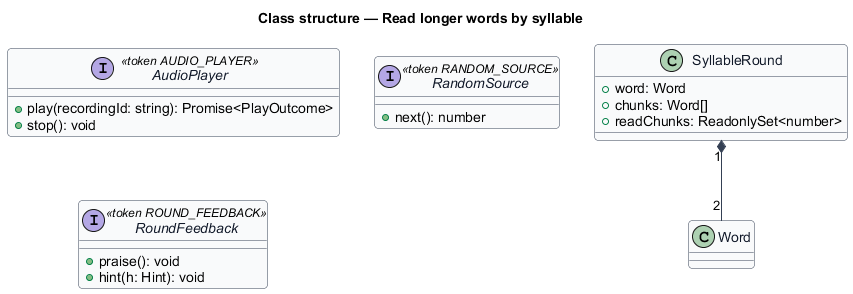
Before: docs/detailed-designs/sound-out/read-by-syllable/diagrams/class.png, a diagram exported from PlantUML (QuinntyneBrown/pibbo).
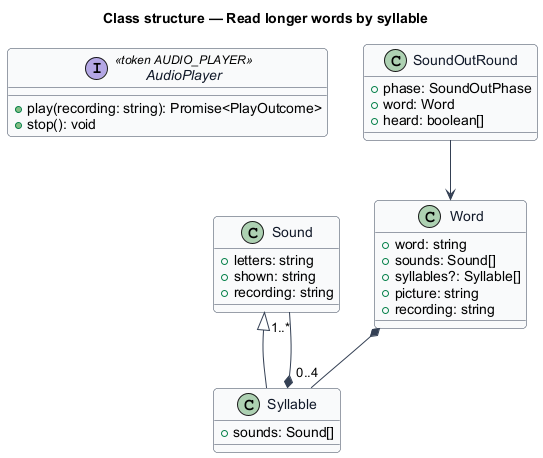
After the change.

Diff of the diagram source:
```diff
@@ -12,21 +12,32 @@
 title Class structure — Read longer words by syllable
 
 interface AudioPlayer <<token AUDIO_PLAYER>> {
-  +play(recordingId: string): Promise<PlayOutcome>
+  +play(recording: string): Promise<PlayOutcome>
   +stop(): void
 }
-interface RandomSource <<token RANDOM_SOURCE>> {
-  +next(): number
+
+class Sound {
+  +letters: string
+  +shown: string
+  +recording: string
 }
-interface RoundFeedback <<token ROUND_FEEDBACK>> {
-  +praise(): void
-  +hint(h: Hint): void
+class Syllable {
+  +sounds: Sound[]
 }
-
-class SyllableRound {
+class Word {
+  +word: string
+  +sounds: Sound[]
+  +syllables?: Syllable[]
+  +picture: string
+  +recording: string
+}
+class SoundOutRound {
+  +phase: SoundOutPhase
   +word: Word
-  +chunks: Word[]
-  +readChunks: ReadonlySet<number>
+  +heard: boolean[]
 }
-SyllableRound "1" *-- "2" Word
+Sound <|-- Syllable
+Syllable *-- "1..*" Sound
+Word *-- "0..4" Syllable
+SoundOutRound --> Word
 @enduml
```
